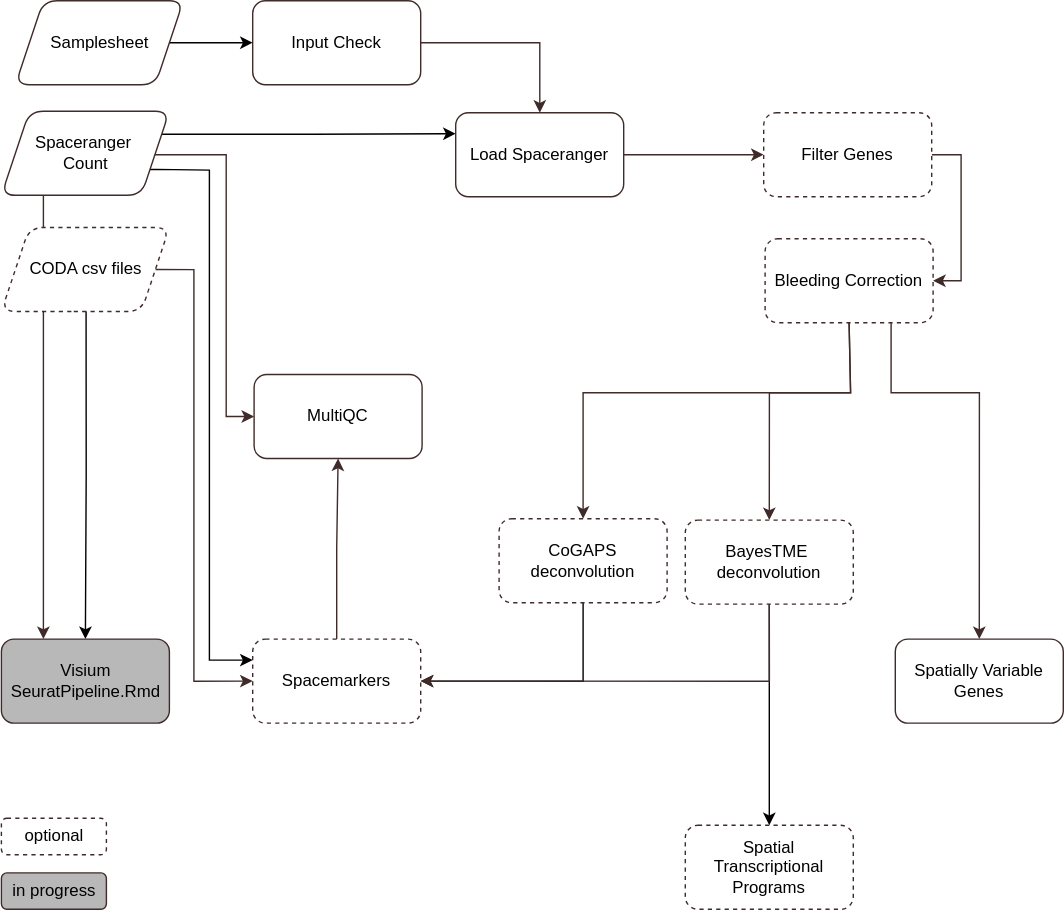
Before: assets/btc-visium.svg, a diagram exported from draw.io (break-through-cancer/btc-spatial-pipelines). Source tidied: cells renumbered, new cells last; positions are measured from the earlier drawing's top-left corner, leaving out a move shared by most shapes.
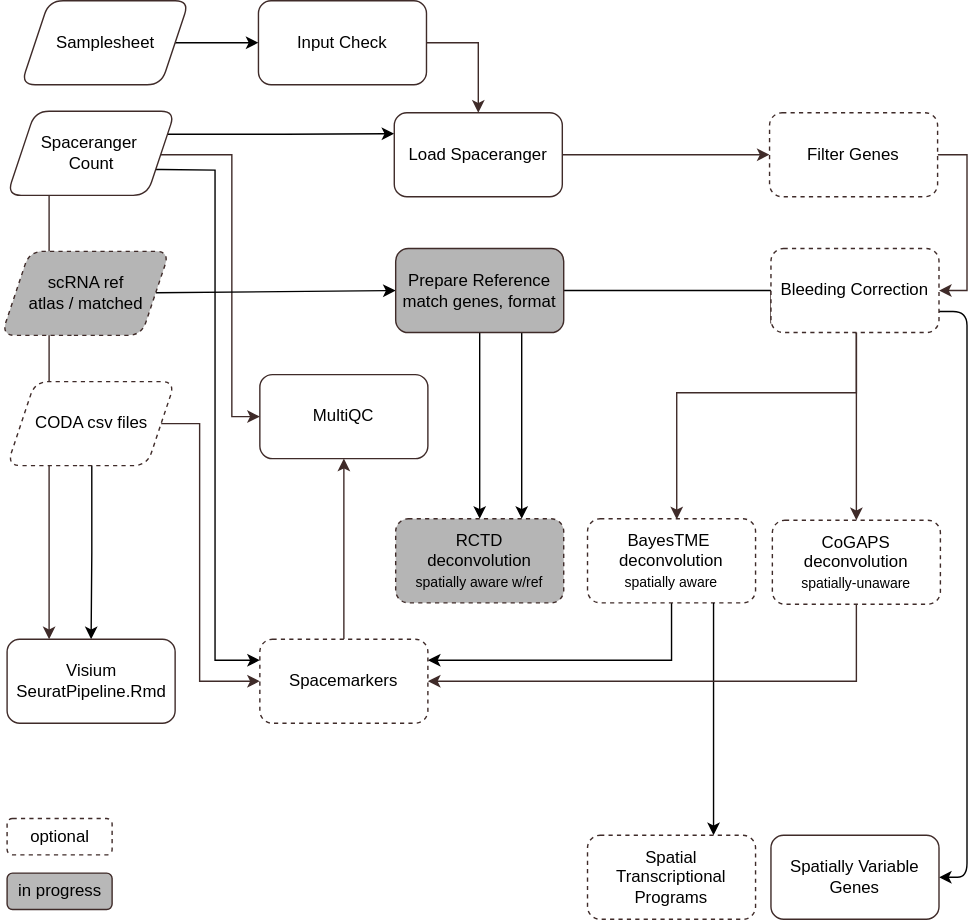
The same diagram one commit later.

Commit message:
34 add option to run deconvolution with reference (#66)

Diff of the diagram source:
```diff
@@ -29,7 +29,7 @@
     <mxCell id="6" value="Spaceranger&amp;nbsp;&lt;div&gt;Count&lt;/div&gt;" style="rounded=1;whiteSpace=wrap;html=1;strokeColor=#3F2B29;shape=parallelogram;boundedLbl=1;perimeter=parallelogramPerimeter;fixedSize=1;" parent="1" vertex="1">
       <mxGeometry x="0.5" y="79" width="120" height="60" as="geometry" />
     </mxCell>
-    <mxCell id="7" style="edgeStyle=orthogonalEdgeStyle;rounded=0;jettySize=auto;html=1;strokeColor=#3F2B29;" parent="1" edge="1" source="8" target="10">
+    <mxCell id="7" style="edgeStyle=orthogonalEdgeStyle;rounded=0;jettySize=auto;html=1;strokeColor=#3F2B29;exitX=1;exitY=0.5;exitDx=0;exitDy=0;" parent="1" edge="1" source="8" target="10">
       <mxGeometry relative="1" as="geometry" />
     </mxCell>
     <mxCell id="8" value="Input Check" style="rounded=1;whiteSpace=wrap;html=1;strokeColor=#3F2B29;" parent="1" vertex="1">
@@ -39,23 +39,22 @@
       <mxGeometry relative="1" as="geometry" />
     </mxCell>
     <mxCell id="10" value="Load Spaceranger" style="rounded=1;whiteSpace=wrap;html=1;strokeColor=#3F2B29;" parent="1" vertex="1">
-      <mxGeometry x="325" y="80" width="120" height="60" as="geometry" />
+      <mxGeometry x="277" y="80" width="120" height="60" as="geometry" />
     </mxCell>
     <mxCell id="11" style="edgeStyle=orthogonalEdgeStyle;rounded=0;jettySize=auto;html=1;entryX=0.5;entryY=0;entryDx=0;entryDy=0;exitX=0.5;exitY=1;exitDx=0;exitDy=0;strokeColor=#3F2B29;" parent="1" edge="1" source="26" target="23">
       <mxGeometry relative="1" as="geometry">
         <Array as="points">
-          <mxPoint x="607" y="230" />
-          <mxPoint x="607" y="280" />
-          <mxPoint x="549" y="280" />
+          <mxPoint x="607" y="237" />
         </Array>
       </mxGeometry>
     </mxCell>
-    <mxCell id="12" style="edgeStyle=orthogonalEdgeStyle;rounded=0;jettySize=auto;html=1;exitX=0.5;exitY=1;exitDx=0;exitDy=0;entryX=0.5;entryY=0;entryDx=0;entryDy=0;strokeColor=#3F2B29;" parent="1" edge="1" source="26" target="21">
+    <mxCell id="12" style="edgeStyle=orthogonalEdgeStyle;rounded=0;jettySize=auto;html=1;exitX=0;exitY=0.5;exitDx=0;exitDy=0;strokeColor=#3F2B29;entryX=0.531;entryY=0.007;entryDx=0;entryDy=0;entryPerimeter=0;" parent="1" edge="1" source="26" target="21">
       <mxGeometry relative="1" as="geometry">
         <Array as="points">
+          <mxPoint x="546" y="230" />
           <mxPoint x="607" y="230" />
           <mxPoint x="607" y="280" />
-          <mxPoint x="416" y="280" />
+          <mxPoint x="479" y="280" />
         </Array>
       </mxGeometry>
     </mxCell>
@@ -68,7 +67,7 @@
     <mxCell id="15" style="edgeStyle=orthogonalEdgeStyle;rounded=0;jettySize=auto;html=1;exitX=1;exitY=0.5;exitDx=0;exitDy=0;entryX=0;entryY=0.5;entryDx=0;entryDy=0;strokeColor=#3F2B29;" parent="1" edge="1" source="17" target="28">
       <mxGeometry relative="1" as="geometry">
         <Array as="points">
-          <mxPoint x="138" y="192" />
+          <mxPoint x="138" y="302" />
           <mxPoint x="138" y="486" />
         </Array>
       </mxGeometry>
@@ -77,45 +76,61 @@
       <mxGeometry relative="1" as="geometry" />
     </mxCell>
     <mxCell id="17" value="CODA csv files" style="rounded=1;whiteSpace=wrap;html=1;fillColor=default;strokeColor=#3F2B29;shape=parallelogram;boundedLbl=1;perimeter=parallelogramPerimeter;fixedSize=1;dashed=1;" parent="1" vertex="1">
-      <mxGeometry x="0.5" y="162" width="120" height="60" as="geometry" />
+      <mxGeometry x="0.5" y="272" width="120" height="60" as="geometry" />
     </mxCell>
-    <mxCell id="18" value="Visium SeuratPipeline.Rmd" style="rounded=1;whiteSpace=wrap;html=1;fillColor=#B8B8B8;strokeColor=#3F2B29;" parent="1" vertex="1">
+    <mxCell id="18" value="Visium SeuratPipeline.Rmd" style="rounded=1;whiteSpace=wrap;html=1;fillColor=none;strokeColor=#3F2B29;" parent="1" vertex="1">
       <mxGeometry x="0.5" y="456" width="120" height="60" as="geometry" />
     </mxCell>
     <mxCell id="19" style="edgeStyle=orthogonalEdgeStyle;rounded=0;jettySize=auto;html=1;entryX=0.5;entryY=1;entryDx=0;entryDy=0;strokeColor=#3F2B29;exitX=0.5;exitY=0;exitDx=0;exitDy=0;" parent="1" edge="1" source="28" target="25">
       <mxGeometry relative="1" as="geometry" />
     </mxCell>
-    <mxCell id="20" style="edgeStyle=orthogonalEdgeStyle;rounded=0;jettySize=auto;html=1;entryX=1;entryY=0.5;entryDx=0;entryDy=0;exitX=0.5;exitY=1;exitDx=0;exitDy=0;" parent="1" edge="1" source="21" target="28">
+    <mxCell id="20" style="edgeStyle=orthogonalEdgeStyle;rounded=0;jettySize=auto;html=1;entryX=1;entryY=0.25;entryDx=0;entryDy=0;exitX=0.5;exitY=1;exitDx=0;exitDy=0;" parent="1" edge="1" source="21" target="28">
       <mxGeometry relative="1" as="geometry" />
     </mxCell>
-    <mxCell id="21" value="CoGAPS deconvolution" style="rounded=1;whiteSpace=wrap;html=1;strokeColor=#3F2B29;dashed=1;" parent="1" vertex="1">
-      <mxGeometry x="356" y="370" width="120" height="60" as="geometry" />
+    <mxCell id="21" value="&lt;span style=&quot;color: rgb(0, 0, 0);&quot;&gt;BayesTME&amp;nbsp;&lt;/span&gt;&lt;div style=&quot;scrollbar-color: light-dark(#e2e2e2, #4b4b4b)&lt;br/&gt;&#9;&#9;&#9;&#9;&#9;light-dark(#fbfbfb, var(--dark-panel-color));&quot;&gt;deconvolution&lt;/div&gt;&lt;div style=&quot;scrollbar-color: light-dark(#e2e2e2, #4b4b4b)&lt;br/&gt;&#9;&#9;&#9;&#9;&#9;light-dark(#fbfbfb, var(--dark-panel-color));&quot;&gt;&lt;font style=&quot;font-size: 10px;&quot;&gt;spatially aware&lt;/font&gt;&lt;/div&gt;" style="rounded=1;whiteSpace=wrap;html=1;strokeColor=#3F2B29;dashed=1;" parent="1" vertex="1">
+      <mxGeometry x="415" y="370" width="120" height="60" as="geometry" />
     </mxCell>
-    <mxCell id="22" style="edgeStyle=orthogonalEdgeStyle;rounded=0;jettySize=auto;html=1;entryX=0.5;entryY=0;entryDx=0;entryDy=0;" parent="1" edge="1" source="23" target="24">
-      <mxGeometry relative="1" as="geometry" />
+    <mxCell id="22" style="edgeStyle=orthogonalEdgeStyle;rounded=0;jettySize=auto;html=1;entryX=0.75;entryY=0;entryDx=0;entryDy=0;exitX=0.75;exitY=1;exitDx=0;exitDy=0;" parent="1" edge="1" source="21" target="24">
+      <mxGeometry relative="1" as="geometry">
+        <Array as="points">
+          <mxPoint x="505" y="540" />
+          <mxPoint x="505" y="540" />
+        </Array>
+      </mxGeometry>
     </mxCell>
-    <mxCell id="23" value="BayesTME&amp;nbsp;&lt;div&gt;deconvolution&lt;/div&gt;" style="rounded=1;whiteSpace=wrap;html=1;strokeColor=#3F2B29;dashed=1;" parent="1" vertex="1">
-      <mxGeometry x="489" y="371" width="120" height="60" as="geometry" />
+    <mxCell id="23" value="&lt;div&gt;&lt;span style=&quot;color: rgb(0, 0, 0);&quot;&gt;CoGAPS deconvolution&lt;/span&gt;&lt;br&gt;&lt;/div&gt;&lt;div&gt;&lt;font style=&quot;font-size: 10px;&quot; color=&quot;#000000&quot;&gt;spatially-unaware&lt;/font&gt;&lt;/div&gt;" style="rounded=1;whiteSpace=wrap;html=1;strokeColor=#3F2B29;dashed=1;" parent="1" vertex="1">
+      <mxGeometry x="547" y="371" width="120" height="60" as="geometry" />
     </mxCell>
     <mxCell id="24" value="Spatial Transcriptional Programs" style="rounded=1;whiteSpace=wrap;html=1;strokeColor=#3F2B29;dashed=1;" parent="1" vertex="1">
-      <mxGeometry x="489" y="589" width="120" height="60" as="geometry" />
+      <mxGeometry x="415" y="596" width="120" height="60" as="geometry" />
     </mxCell>
     <mxCell id="25" value="MultiQC" style="rounded=1;whiteSpace=wrap;html=1;strokeColor=#3F2B29;" parent="1" vertex="1">
       <mxGeometry x="181" y="267" width="120" height="60" as="geometry" />
     </mxCell>
+    <mxCell id="33" style="edgeStyle=orthogonalEdgeStyle;html=1;exitX=1;exitY=0.75;exitDx=0;exitDy=0;entryX=1;entryY=0.5;entryDx=0;entryDy=0;" parent="1" edge="1" source="26" target="32">
+      <mxGeometry relative="1" as="geometry">
+        <Array as="points">
+          <mxPoint x="686" y="222" />
+          <mxPoint x="686" y="626" />
+        </Array>
+      </mxGeometry>
+    </mxCell>
+    <mxCell id="35" style="edgeStyle=orthogonalEdgeStyle;html=1;entryX=0.75;entryY=0;entryDx=0;entryDy=0;" parent="1" edge="1" source="26" target="40">
+      <mxGeometry relative="1" as="geometry" />
+    </mxCell>
     <mxCell id="26" value="Bleeding Correction" style="rounded=1;whiteSpace=wrap;html=1;strokeColor=#3F2B29;dashed=1;" parent="1" vertex="1">
-      <mxGeometry x="546" y="170" width="120" height="60" as="geometry" />
+      <mxGeometry x="546" y="177" width="120" height="60" as="geometry" />
     </mxCell>
     <mxCell id="27" value="in progress" style="rounded=1;whiteSpace=wrap;html=1;fillColor=#B8B8B8;strokeColor=#3F2B29;" parent="1" vertex="1">
       <mxGeometry x="0.5" y="623" width="75" height="26" as="geometry" />
     </mxCell>
     <mxCell id="28" value="Spacemarkers" style="rounded=1;whiteSpace=wrap;html=1;strokeColor=#3F2B29;dashed=1;" parent="1" vertex="1">
-      <mxGeometry x="180" y="456" width="120" height="60" as="geometry" />
+      <mxGeometry x="181" y="456" width="120" height="60" as="geometry" />
     </mxCell>
     <mxCell id="29" style="edgeStyle=orthogonalEdgeStyle;rounded=0;jettySize=auto;html=1;entryX=1;entryY=0.5;entryDx=0;entryDy=0;exitX=0.5;exitY=1;exitDx=0;exitDy=0;strokeColor=#3F2B29;" parent="1" edge="1" source="23" target="28">
       <mxGeometry relative="1" as="geometry">
         <Array as="points">
-          <mxPoint x="549" y="486" />
+          <mxPoint x="607" y="486" />
         </Array>
       </mxGeometry>
     </mxCell>
@@ -126,18 +141,25 @@
       <mxGeometry x="10.5" width="120" height="60" as="geometry" />
     </mxCell>
     <mxCell id="32" value="Spatially Variable Genes" style="rounded=1;whiteSpace=wrap;html=1;strokeColor=#3F2B29;" parent="1" vertex="1">
-      <mxGeometry x="639" y="456" width="120" height="60" as="geometry" />
+      <mxGeometry x="546" y="596" width="120" height="60" as="geometry" />
     </mxCell>
-    <mxCell id="33" style="edgeStyle=orthogonalEdgeStyle;rounded=0;jettySize=auto;html=1;entryX=0.5;entryY=0;entryDx=0;entryDy=0;strokeColor=#3F2B29;exitX=0.75;exitY=1;exitDx=0;exitDy=0;" parent="1" edge="1" source="26" target="32">
-      <mxGeometry relative="1" as="geometry">
-        <Array as="points">
-          <mxPoint x="636" y="280" />
-          <mxPoint x="699" y="280" />
-        </Array>
-      </mxGeometry>
-    </mxCell>
     <mxCell id="34" value="optional" style="rounded=1;whiteSpace=wrap;html=1;fillColor=#FFFFFF;strokeColor=#3F2B29;dashed=1;" parent="1" vertex="1">
       <mxGeometry x="0.5" y="584" width="75" height="26" as="geometry" />
     </mxCell>
+    <mxCell id="36" style="edgeStyle=none;html=1;entryX=0;entryY=0.5;entryDx=0;entryDy=0;" parent="1" edge="1" source="37" target="39">
+      <mxGeometry relative="1" as="geometry" />
+    </mxCell>
+    <mxCell id="37" value="scRNA ref&lt;div&gt;atlas / matched&lt;/div&gt;" style="rounded=1;whiteSpace=wrap;html=1;fillColor=#B5B5B5;strokeColor=#3F2B29;shape=parallelogram;boundedLbl=1;perimeter=parallelogramPerimeter;fixedSize=1;dashed=1;" parent="1" vertex="1">
+      <mxGeometry x="-3.5" y="179" width="120" height="60" as="geometry" />
+    </mxCell>
+    <mxCell id="38" style="edgeStyle=orthogonalEdgeStyle;html=1;exitX=0.5;exitY=1;exitDx=0;exitDy=0;entryX=0.5;entryY=0;entryDx=0;entryDy=0;" parent="1" edge="1" source="39" target="40">
+      <mxGeometry relative="1" as="geometry" />
+    </mxCell>
+    <mxCell id="39" value="Prepare Reference&lt;div&gt;match genes, format&lt;/div&gt;" style="rounded=1;whiteSpace=wrap;html=1;strokeColor=#3F2B29;fillColor=#B5B5B5;" parent="1" vertex="1">
+      <mxGeometry x="278" y="177" width="120" height="60" as="geometry" />
+    </mxCell>
+    <mxCell id="40" value="&lt;div style=&quot;scrollbar-color: light-dark(#e2e2e2, #4b4b4b)&lt;br/&gt;&#9;&#9;&#9;&#9;&#9;light-dark(#fbfbfb, var(--dark-panel-color));&quot;&gt;&lt;font color=&quot;#000000&quot;&gt;RCTD&lt;/font&gt;&lt;/div&gt;&lt;div style=&quot;scrollbar-color: light-dark(#e2e2e2, #4b4b4b)&lt;br/&gt;&#9;&#9;&#9;&#9;&#9;light-dark(#fbfbfb, var(--dark-panel-color));&quot;&gt;deconvolution&lt;/div&gt;&lt;div style=&quot;scrollbar-color: light-dark(#e2e2e2, #4b4b4b)&lt;br/&gt;&#9;&#9;&#9;&#9;&#9;light-dark(#fbfbfb, var(--dark-panel-color));&quot;&gt;&lt;font style=&quot;font-size: 10px;&quot;&gt;spatially aware w/ref&lt;/font&gt;&lt;/div&gt;" style="rounded=1;whiteSpace=wrap;html=1;strokeColor=#3F2B29;dashed=1;fillColor=#B5B5B5;" parent="1" vertex="1">
+      <mxGeometry x="278" y="370" width="120" height="60" as="geometry" />
+    </mxCell>
   </root>
 </mxGraphModel>
```
